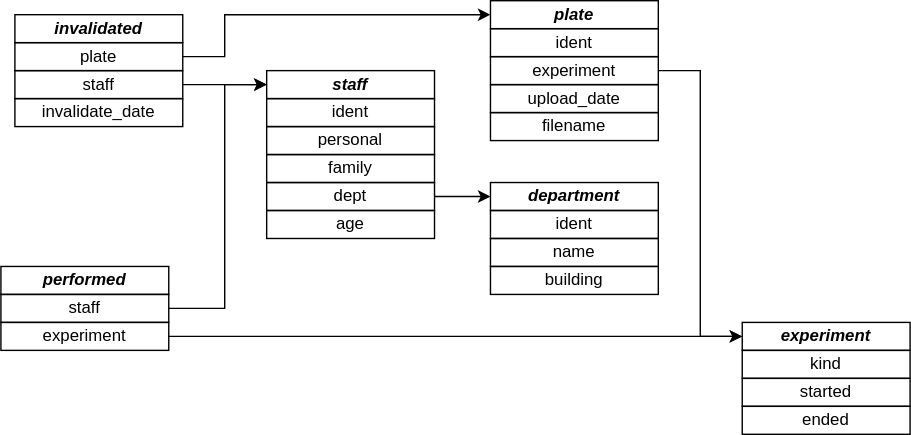
Before: res/img/assays_tables.svg, a diagram exported from draw.io (gvwilson/sql-tutorial). Source tidied: cells renumbered, new cells last; positions are measured from the earlier drawing's top-left corner, leaving out a move shared by most shapes. Source of this version:
```xml
<mxGraphModel>
  <root>
    <mxCell id="0" />
    <mxCell id="1" parent="0" />
    <mxCell id="2" value="&lt;b&gt;&lt;i&gt;invalidated&lt;/i&gt;&lt;/b&gt;" style="rounded=0;whiteSpace=wrap;html=1;fillColor=none;" parent="1" vertex="1">
      <mxGeometry x="10" y="10" width="120" height="20" as="geometry" />
    </mxCell>
    <mxCell id="3" value="plate" style="rounded=0;whiteSpace=wrap;html=1;fillColor=none;" parent="1" vertex="1">
      <mxGeometry x="10" y="30" width="120" height="20" as="geometry" />
    </mxCell>
    <mxCell id="4" value="staff" style="rounded=0;whiteSpace=wrap;html=1;fillColor=none;" parent="1" vertex="1">
      <mxGeometry x="10" y="50" width="120" height="20" as="geometry" />
    </mxCell>
    <mxCell id="5" value="invalidate_date" style="rounded=0;whiteSpace=wrap;html=1;fillColor=none;" parent="1" vertex="1">
      <mxGeometry x="10" y="70" width="120" height="20" as="geometry" />
    </mxCell>
    <mxCell id="6" value="&lt;b&gt;&lt;i&gt;staff&lt;/i&gt;&lt;/b&gt;" style="rounded=0;whiteSpace=wrap;html=1;fillColor=none;" parent="1" vertex="1">
      <mxGeometry x="190" y="50" width="120" height="20" as="geometry" />
    </mxCell>
    <mxCell id="7" value="ident" style="rounded=0;whiteSpace=wrap;html=1;fillColor=none;" parent="1" vertex="1">
      <mxGeometry x="190" y="70" width="120" height="20" as="geometry" />
    </mxCell>
    <mxCell id="8" value="personal" style="rounded=0;whiteSpace=wrap;html=1;fillColor=none;" parent="1" vertex="1">
      <mxGeometry x="190" y="90" width="120" height="20" as="geometry" />
    </mxCell>
    <mxCell id="9" value="family" style="rounded=0;whiteSpace=wrap;html=1;fillColor=none;" parent="1" vertex="1">
      <mxGeometry x="190" y="110" width="120" height="20" as="geometry" />
    </mxCell>
    <mxCell id="10" value="dept" style="rounded=0;whiteSpace=wrap;html=1;fillColor=none;" parent="1" vertex="1">
      <mxGeometry x="190" y="130" width="120" height="20" as="geometry" />
    </mxCell>
    <mxCell id="11" value="age" style="rounded=0;whiteSpace=wrap;html=1;fillColor=none;" parent="1" vertex="1">
      <mxGeometry x="190" y="150" width="120" height="20" as="geometry" />
    </mxCell>
    <mxCell id="12" value="&lt;b&gt;&lt;i&gt;performed&lt;/i&gt;&lt;/b&gt;" style="rounded=0;whiteSpace=wrap;html=1;fillColor=none;" parent="1" vertex="1">
      <mxGeometry y="190" width="120" height="20" as="geometry" />
    </mxCell>
    <mxCell id="13" value="staff" style="rounded=0;whiteSpace=wrap;html=1;fillColor=none;" parent="1" vertex="1">
      <mxGeometry y="210" width="120" height="20" as="geometry" />
    </mxCell>
    <mxCell id="14" value="experiment" style="rounded=0;whiteSpace=wrap;html=1;fillColor=none;" parent="1" vertex="1">
      <mxGeometry y="230" width="120" height="20" as="geometry" />
    </mxCell>
    <mxCell id="15" value="&lt;b&gt;&lt;i&gt;plate&lt;/i&gt;&lt;/b&gt;" style="rounded=0;whiteSpace=wrap;html=1;fillColor=none;" parent="1" vertex="1">
      <mxGeometry x="350" width="120" height="20" as="geometry" />
    </mxCell>
    <mxCell id="16" value="ident" style="rounded=0;whiteSpace=wrap;html=1;fillColor=none;" parent="1" vertex="1">
      <mxGeometry x="350" y="20" width="120" height="20" as="geometry" />
    </mxCell>
    <mxCell id="17" value="experiment" style="rounded=0;whiteSpace=wrap;html=1;fillColor=none;" parent="1" vertex="1">
      <mxGeometry x="350" y="40" width="120" height="20" as="geometry" />
    </mxCell>
    <mxCell id="18" value="upload_date" style="rounded=0;whiteSpace=wrap;html=1;fillColor=none;" parent="1" vertex="1">
      <mxGeometry x="350" y="60" width="120" height="20" as="geometry" />
    </mxCell>
    <mxCell id="19" value="filename" style="rounded=0;whiteSpace=wrap;html=1;fillColor=none;" parent="1" vertex="1">
      <mxGeometry x="350" y="80" width="120" height="20" as="geometry" />
    </mxCell>
    <mxCell id="20" value="&lt;b&gt;&lt;i&gt;department&lt;/i&gt;&lt;/b&gt;" style="rounded=0;whiteSpace=wrap;html=1;fillColor=none;" parent="1" vertex="1">
      <mxGeometry x="350" y="130" width="120" height="20" as="geometry" />
    </mxCell>
    <mxCell id="21" value="ident" style="rounded=0;whiteSpace=wrap;html=1;fillColor=none;" parent="1" vertex="1">
      <mxGeometry x="350" y="150" width="120" height="20" as="geometry" />
    </mxCell>
    <mxCell id="22" value="name" style="rounded=0;whiteSpace=wrap;html=1;fillColor=none;" parent="1" vertex="1">
      <mxGeometry x="350" y="170" width="120" height="20" as="geometry" />
    </mxCell>
    <mxCell id="23" value="building" style="rounded=0;whiteSpace=wrap;html=1;fillColor=none;" parent="1" vertex="1">
      <mxGeometry x="350" y="190" width="120" height="20" as="geometry" />
    </mxCell>
    <mxCell id="24" value="&lt;b&gt;&lt;i&gt;experiment&lt;/i&gt;&lt;/b&gt;" style="rounded=0;whiteSpace=wrap;html=1;fillColor=none;" parent="1" vertex="1">
      <mxGeometry x="530" y="230" width="120" height="20" as="geometry" />
    </mxCell>
    <mxCell id="25" value="kind" style="rounded=0;whiteSpace=wrap;html=1;fillColor=none;" parent="1" vertex="1">
      <mxGeometry x="530" y="250" width="120" height="20" as="geometry" />
    </mxCell>
    <mxCell id="26" value="started" style="rounded=0;whiteSpace=wrap;html=1;fillColor=none;" parent="1" vertex="1">
      <mxGeometry x="530" y="270" width="120" height="20" as="geometry" />
    </mxCell>
    <mxCell id="27" value="ended" style="rounded=0;whiteSpace=wrap;html=1;fillColor=none;" parent="1" vertex="1">
      <mxGeometry x="530" y="290" width="120" height="20" as="geometry" />
    </mxCell>
    <mxCell id="28" style="endArrow=classic;html=1;rounded=0;exitX=1;exitY=0.5;exitDx=0;exitDy=0;entryX=0;entryY=0.5;entryDx=0;entryDy=0;" parent="1" edge="1" source="3" target="15">
      <mxGeometry relative="1" as="geometry">
        <Array as="points">
          <mxPoint x="160" y="40" />
          <mxPoint x="160" y="10" />
        </Array>
      </mxGeometry>
    </mxCell>
    <mxCell id="29" style="endArrow=classic;html=1;rounded=0;exitX=1;exitY=0.5;exitDx=0;exitDy=0;entryX=0;entryY=0.5;entryDx=0;entryDy=0;" parent="1" edge="1" source="4" target="6">
      <mxGeometry relative="1" as="geometry" />
    </mxCell>
    <mxCell id="30" style="endArrow=classic;html=1;rounded=0;exitX=1;exitY=0.5;exitDx=0;exitDy=0;entryX=0;entryY=0.5;entryDx=0;entryDy=0;" parent="1" edge="1" source="10" target="20">
      <mxGeometry relative="1" as="geometry" />
    </mxCell>
    <mxCell id="31" style="endArrow=classic;html=1;rounded=0;entryX=0;entryY=0.5;entryDx=0;entryDy=0;exitX=1;exitY=0.5;exitDx=0;exitDy=0;" parent="1" edge="1" source="17" target="24">
      <mxGeometry relative="1" as="geometry">
        <Array as="points">
          <mxPoint x="500" y="50" />
          <mxPoint x="500" y="240" />
        </Array>
      </mxGeometry>
    </mxCell>
    <mxCell id="32" style="endArrow=classic;html=1;rounded=0;exitX=1;exitY=0.5;exitDx=0;exitDy=0;entryX=0;entryY=0.5;entryDx=0;entryDy=0;" parent="1" edge="1" source="13" target="6">
      <mxGeometry relative="1" as="geometry">
        <Array as="points">
          <mxPoint x="160" y="220" />
          <mxPoint x="160" y="60" />
        </Array>
      </mxGeometry>
    </mxCell>
    <mxCell id="33" style="endArrow=classic;html=1;rounded=0;exitX=1;exitY=0.5;exitDx=0;exitDy=0;entryX=0;entryY=0.5;entryDx=0;entryDy=0;" parent="1" edge="1" source="14" target="24">
      <mxGeometry relative="1" as="geometry" />
    </mxCell>
  </root>
</mxGraphModel>
```
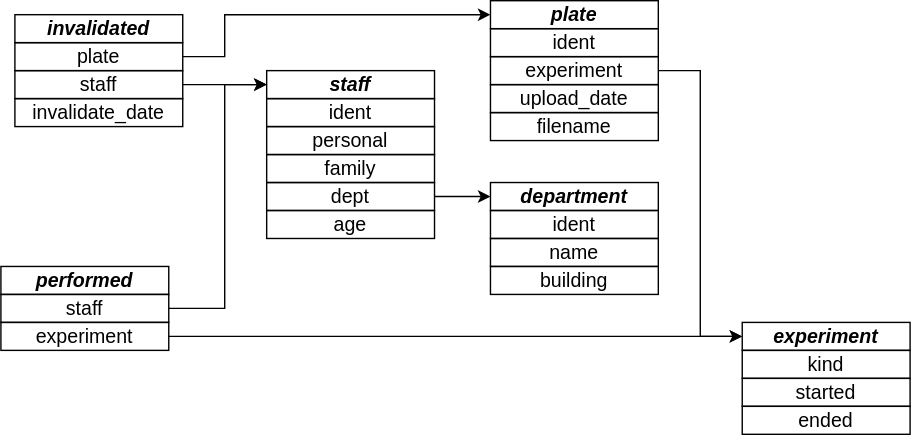
The same diagram one commit later.

What changed in the source:
```diff
@@ -2,85 +2,85 @@
   <root>
     <mxCell id="0" />
     <mxCell id="1" parent="0" />
-    <mxCell id="2" value="&lt;b&gt;&lt;i&gt;invalidated&lt;/i&gt;&lt;/b&gt;" style="rounded=0;whiteSpace=wrap;html=1;fillColor=none;" parent="1" vertex="1">
+    <mxCell id="2" value="&lt;b style=&quot;font-size: 14px;&quot;&gt;&lt;i style=&quot;font-size: 14px;&quot;&gt;invalidated&lt;/i&gt;&lt;/b&gt;" style="rounded=0;whiteSpace=wrap;html=1;fillColor=none;fontSize=14;" parent="1" vertex="1">
       <mxGeometry x="10" y="10" width="120" height="20" as="geometry" />
     </mxCell>
-    <mxCell id="3" value="plate" style="rounded=0;whiteSpace=wrap;html=1;fillColor=none;" parent="1" vertex="1">
+    <mxCell id="3" value="plate" style="rounded=0;whiteSpace=wrap;html=1;fillColor=none;fontSize=14;" parent="1" vertex="1">
       <mxGeometry x="10" y="30" width="120" height="20" as="geometry" />
     </mxCell>
-    <mxCell id="4" value="staff" style="rounded=0;whiteSpace=wrap;html=1;fillColor=none;" parent="1" vertex="1">
+    <mxCell id="4" value="staff" style="rounded=0;whiteSpace=wrap;html=1;fillColor=none;fontSize=14;" parent="1" vertex="1">
       <mxGeometry x="10" y="50" width="120" height="20" as="geometry" />
     </mxCell>
-    <mxCell id="5" value="invalidate_date" style="rounded=0;whiteSpace=wrap;html=1;fillColor=none;" parent="1" vertex="1">
+    <mxCell id="5" value="invalidate_date" style="rounded=0;whiteSpace=wrap;html=1;fillColor=none;fontSize=14;" parent="1" vertex="1">
       <mxGeometry x="10" y="70" width="120" height="20" as="geometry" />
     </mxCell>
-    <mxCell id="6" value="&lt;b&gt;&lt;i&gt;staff&lt;/i&gt;&lt;/b&gt;" style="rounded=0;whiteSpace=wrap;html=1;fillColor=none;" parent="1" vertex="1">
+    <mxCell id="6" value="&lt;b style=&quot;font-size: 14px;&quot;&gt;&lt;i style=&quot;font-size: 14px;&quot;&gt;staff&lt;/i&gt;&lt;/b&gt;" style="rounded=0;whiteSpace=wrap;html=1;fillColor=none;fontSize=14;" parent="1" vertex="1">
       <mxGeometry x="190" y="50" width="120" height="20" as="geometry" />
     </mxCell>
-    <mxCell id="7" value="ident" style="rounded=0;whiteSpace=wrap;html=1;fillColor=none;" parent="1" vertex="1">
+    <mxCell id="7" value="ident" style="rounded=0;whiteSpace=wrap;html=1;fillColor=none;fontSize=14;" parent="1" vertex="1">
       <mxGeometry x="190" y="70" width="120" height="20" as="geometry" />
     </mxCell>
-    <mxCell id="8" value="personal" style="rounded=0;whiteSpace=wrap;html=1;fillColor=none;" parent="1" vertex="1">
+    <mxCell id="8" value="personal" style="rounded=0;whiteSpace=wrap;html=1;fillColor=none;fontSize=14;" parent="1" vertex="1">
       <mxGeometry x="190" y="90" width="120" height="20" as="geometry" />
     </mxCell>
-    <mxCell id="9" value="family" style="rounded=0;whiteSpace=wrap;html=1;fillColor=none;" parent="1" vertex="1">
+    <mxCell id="9" value="family" style="rounded=0;whiteSpace=wrap;html=1;fillColor=none;fontSize=14;" parent="1" vertex="1">
       <mxGeometry x="190" y="110" width="120" height="20" as="geometry" />
     </mxCell>
-    <mxCell id="10" value="dept" style="rounded=0;whiteSpace=wrap;html=1;fillColor=none;" parent="1" vertex="1">
+    <mxCell id="10" value="dept" style="rounded=0;whiteSpace=wrap;html=1;fillColor=none;fontSize=14;" parent="1" vertex="1">
       <mxGeometry x="190" y="130" width="120" height="20" as="geometry" />
     </mxCell>
-    <mxCell id="11" value="age" style="rounded=0;whiteSpace=wrap;html=1;fillColor=none;" parent="1" vertex="1">
+    <mxCell id="11" value="age" style="rounded=0;whiteSpace=wrap;html=1;fillColor=none;fontSize=14;" parent="1" vertex="1">
       <mxGeometry x="190" y="150" width="120" height="20" as="geometry" />
     </mxCell>
-    <mxCell id="12" value="&lt;b&gt;&lt;i&gt;performed&lt;/i&gt;&lt;/b&gt;" style="rounded=0;whiteSpace=wrap;html=1;fillColor=none;" parent="1" vertex="1">
+    <mxCell id="12" value="&lt;b style=&quot;font-size: 14px;&quot;&gt;&lt;i style=&quot;font-size: 14px;&quot;&gt;performed&lt;/i&gt;&lt;/b&gt;" style="rounded=0;whiteSpace=wrap;html=1;fillColor=none;fontSize=14;" parent="1" vertex="1">
       <mxGeometry y="190" width="120" height="20" as="geometry" />
     </mxCell>
-    <mxCell id="13" value="staff" style="rounded=0;whiteSpace=wrap;html=1;fillColor=none;" parent="1" vertex="1">
+    <mxCell id="13" value="staff" style="rounded=0;whiteSpace=wrap;html=1;fillColor=none;fontSize=14;" parent="1" vertex="1">
       <mxGeometry y="210" width="120" height="20" as="geometry" />
     </mxCell>
-    <mxCell id="14" value="experiment" style="rounded=0;whiteSpace=wrap;html=1;fillColor=none;" parent="1" vertex="1">
+    <mxCell id="14" value="experiment" style="rounded=0;whiteSpace=wrap;html=1;fillColor=none;fontSize=14;" parent="1" vertex="1">
       <mxGeometry y="230" width="120" height="20" as="geometry" />
     </mxCell>
-    <mxCell id="15" value="&lt;b&gt;&lt;i&gt;plate&lt;/i&gt;&lt;/b&gt;" style="rounded=0;whiteSpace=wrap;html=1;fillColor=none;" parent="1" vertex="1">
+    <mxCell id="15" value="&lt;b style=&quot;font-size: 14px;&quot;&gt;&lt;i style=&quot;font-size: 14px;&quot;&gt;plate&lt;/i&gt;&lt;/b&gt;" style="rounded=0;whiteSpace=wrap;html=1;fillColor=none;fontSize=14;" parent="1" vertex="1">
       <mxGeometry x="350" width="120" height="20" as="geometry" />
     </mxCell>
-    <mxCell id="16" value="ident" style="rounded=0;whiteSpace=wrap;html=1;fillColor=none;" parent="1" vertex="1">
+    <mxCell id="16" value="ident" style="rounded=0;whiteSpace=wrap;html=1;fillColor=none;fontSize=14;" parent="1" vertex="1">
       <mxGeometry x="350" y="20" width="120" height="20" as="geometry" />
     </mxCell>
-    <mxCell id="17" value="experiment" style="rounded=0;whiteSpace=wrap;html=1;fillColor=none;" parent="1" vertex="1">
+    <mxCell id="17" value="experiment" style="rounded=0;whiteSpace=wrap;html=1;fillColor=none;fontSize=14;" parent="1" vertex="1">
       <mxGeometry x="350" y="40" width="120" height="20" as="geometry" />
     </mxCell>
-    <mxCell id="18" value="upload_date" style="rounded=0;whiteSpace=wrap;html=1;fillColor=none;" parent="1" vertex="1">
+    <mxCell id="18" value="upload_date" style="rounded=0;whiteSpace=wrap;html=1;fillColor=none;fontSize=14;" parent="1" vertex="1">
       <mxGeometry x="350" y="60" width="120" height="20" as="geometry" />
     </mxCell>
-    <mxCell id="19" value="filename" style="rounded=0;whiteSpace=wrap;html=1;fillColor=none;" parent="1" vertex="1">
+    <mxCell id="19" value="filename" style="rounded=0;whiteSpace=wrap;html=1;fillColor=none;fontSize=14;" parent="1" vertex="1">
       <mxGeometry x="350" y="80" width="120" height="20" as="geometry" />
     </mxCell>
-    <mxCell id="20" value="&lt;b&gt;&lt;i&gt;department&lt;/i&gt;&lt;/b&gt;" style="rounded=0;whiteSpace=wrap;html=1;fillColor=none;" parent="1" vertex="1">
+    <mxCell id="20" value="&lt;b style=&quot;font-size: 14px;&quot;&gt;&lt;i style=&quot;font-size: 14px;&quot;&gt;department&lt;/i&gt;&lt;/b&gt;" style="rounded=0;whiteSpace=wrap;html=1;fillColor=none;fontSize=14;" parent="1" vertex="1">
       <mxGeometry x="350" y="130" width="120" height="20" as="geometry" />
     </mxCell>
-    <mxCell id="21" value="ident" style="rounded=0;whiteSpace=wrap;html=1;fillColor=none;" parent="1" vertex="1">
+    <mxCell id="21" value="ident" style="rounded=0;whiteSpace=wrap;html=1;fillColor=none;fontSize=14;" parent="1" vertex="1">
       <mxGeometry x="350" y="150" width="120" height="20" as="geometry" />
     </mxCell>
-    <mxCell id="22" value="name" style="rounded=0;whiteSpace=wrap;html=1;fillColor=none;" parent="1" vertex="1">
+    <mxCell id="22" value="name" style="rounded=0;whiteSpace=wrap;html=1;fillColor=none;fontSize=14;" parent="1" vertex="1">
       <mxGeometry x="350" y="170" width="120" height="20" as="geometry" />
     </mxCell>
-    <mxCell id="23" value="building" style="rounded=0;whiteSpace=wrap;html=1;fillColor=none;" parent="1" vertex="1">
+    <mxCell id="23" value="building" style="rounded=0;whiteSpace=wrap;html=1;fillColor=none;fontSize=14;" parent="1" vertex="1">
       <mxGeometry x="350" y="190" width="120" height="20" as="geometry" />
     </mxCell>
-    <mxCell id="24" value="&lt;b&gt;&lt;i&gt;experiment&lt;/i&gt;&lt;/b&gt;" style="rounded=0;whiteSpace=wrap;html=1;fillColor=none;" parent="1" vertex="1">
+    <mxCell id="24" value="&lt;b style=&quot;font-size: 14px;&quot;&gt;&lt;i style=&quot;font-size: 14px;&quot;&gt;experiment&lt;/i&gt;&lt;/b&gt;" style="rounded=0;whiteSpace=wrap;html=1;fillColor=none;fontSize=14;" parent="1" vertex="1">
       <mxGeometry x="530" y="230" width="120" height="20" as="geometry" />
     </mxCell>
-    <mxCell id="25" value="kind" style="rounded=0;whiteSpace=wrap;html=1;fillColor=none;" parent="1" vertex="1">
+    <mxCell id="25" value="kind" style="rounded=0;whiteSpace=wrap;html=1;fillColor=none;fontSize=14;" parent="1" vertex="1">
       <mxGeometry x="530" y="250" width="120" height="20" as="geometry" />
     </mxCell>
-    <mxCell id="26" value="started" style="rounded=0;whiteSpace=wrap;html=1;fillColor=none;" parent="1" vertex="1">
+    <mxCell id="26" value="started" style="rounded=0;whiteSpace=wrap;html=1;fillColor=none;fontSize=14;" parent="1" vertex="1">
       <mxGeometry x="530" y="270" width="120" height="20" as="geometry" />
     </mxCell>
-    <mxCell id="27" value="ended" style="rounded=0;whiteSpace=wrap;html=1;fillColor=none;" parent="1" vertex="1">
+    <mxCell id="27" value="ended" style="rounded=0;whiteSpace=wrap;html=1;fillColor=none;fontSize=14;" parent="1" vertex="1">
       <mxGeometry x="530" y="290" width="120" height="20" as="geometry" />
     </mxCell>
-    <mxCell id="28" style="endArrow=classic;html=1;rounded=0;exitX=1;exitY=0.5;exitDx=0;exitDy=0;entryX=0;entryY=0.5;entryDx=0;entryDy=0;" parent="1" edge="1" source="3" target="15">
+    <mxCell id="28" style="endArrow=classic;html=1;rounded=0;exitX=1;exitY=0.5;exitDx=0;exitDy=0;entryX=0;entryY=0.5;entryDx=0;entryDy=0;fontSize=14;" parent="1" edge="1" source="3" target="15">
       <mxGeometry relative="1" as="geometry">
         <Array as="points">
           <mxPoint x="160" y="40" />
@@ -88,13 +88,13 @@
         </Array>
       </mxGeometry>
     </mxCell>
-    <mxCell id="29" style="endArrow=classic;html=1;rounded=0;exitX=1;exitY=0.5;exitDx=0;exitDy=0;entryX=0;entryY=0.5;entryDx=0;entryDy=0;" parent="1" edge="1" source="4" target="6">
+    <mxCell id="29" style="endArrow=classic;html=1;rounded=0;exitX=1;exitY=0.5;exitDx=0;exitDy=0;entryX=0;entryY=0.5;entryDx=0;entryDy=0;fontSize=14;" parent="1" edge="1" source="4" target="6">
       <mxGeometry relative="1" as="geometry" />
     </mxCell>
-    <mxCell id="30" style="endArrow=classic;html=1;rounded=0;exitX=1;exitY=0.5;exitDx=0;exitDy=0;entryX=0;entryY=0.5;entryDx=0;entryDy=0;" parent="1" edge="1" source="10" target="20">
+    <mxCell id="30" style="endArrow=classic;html=1;rounded=0;exitX=1;exitY=0.5;exitDx=0;exitDy=0;entryX=0;entryY=0.5;entryDx=0;entryDy=0;fontSize=14;" parent="1" edge="1" source="10" target="20">
       <mxGeometry relative="1" as="geometry" />
     </mxCell>
-    <mxCell id="31" style="endArrow=classic;html=1;rounded=0;entryX=0;entryY=0.5;entryDx=0;entryDy=0;exitX=1;exitY=0.5;exitDx=0;exitDy=0;" parent="1" edge="1" source="17" target="24">
+    <mxCell id="31" style="endArrow=classic;html=1;rounded=0;entryX=0;entryY=0.5;entryDx=0;entryDy=0;exitX=1;exitY=0.5;exitDx=0;exitDy=0;fontSize=14;" parent="1" edge="1" source="17" target="24">
       <mxGeometry relative="1" as="geometry">
         <Array as="points">
           <mxPoint x="500" y="50" />
@@ -102,7 +102,7 @@
         </Array>
       </mxGeometry>
     </mxCell>
-    <mxCell id="32" style="endArrow=classic;html=1;rounded=0;exitX=1;exitY=0.5;exitDx=0;exitDy=0;entryX=0;entryY=0.5;entryDx=0;entryDy=0;" parent="1" edge="1" source="13" target="6">
+    <mxCell id="32" style="endArrow=classic;html=1;rounded=0;exitX=1;exitY=0.5;exitDx=0;exitDy=0;entryX=0;entryY=0.5;entryDx=0;entryDy=0;fontSize=14;" parent="1" edge="1" source="13" target="6">
       <mxGeometry relative="1" as="geometry">
         <Array as="points">
           <mxPoint x="160" y="220" />
@@ -110,7 +110,7 @@
         </Array>
       </mxGeometry>
     </mxCell>
-    <mxCell id="33" style="endArrow=classic;html=1;rounded=0;exitX=1;exitY=0.5;exitDx=0;exitDy=0;entryX=0;entryY=0.5;entryDx=0;entryDy=0;" parent="1" edge="1" source="14" target="24">
+    <mxCell id="33" style="endArrow=classic;html=1;rounded=0;exitX=1;exitY=0.5;exitDx=0;exitDy=0;entryX=0;entryY=0.5;entryDx=0;entryDy=0;fontSize=14;" parent="1" edge="1" source="14" target="24">
       <mxGeometry relative="1" as="geometry" />
     </mxCell>
   </root>
```
